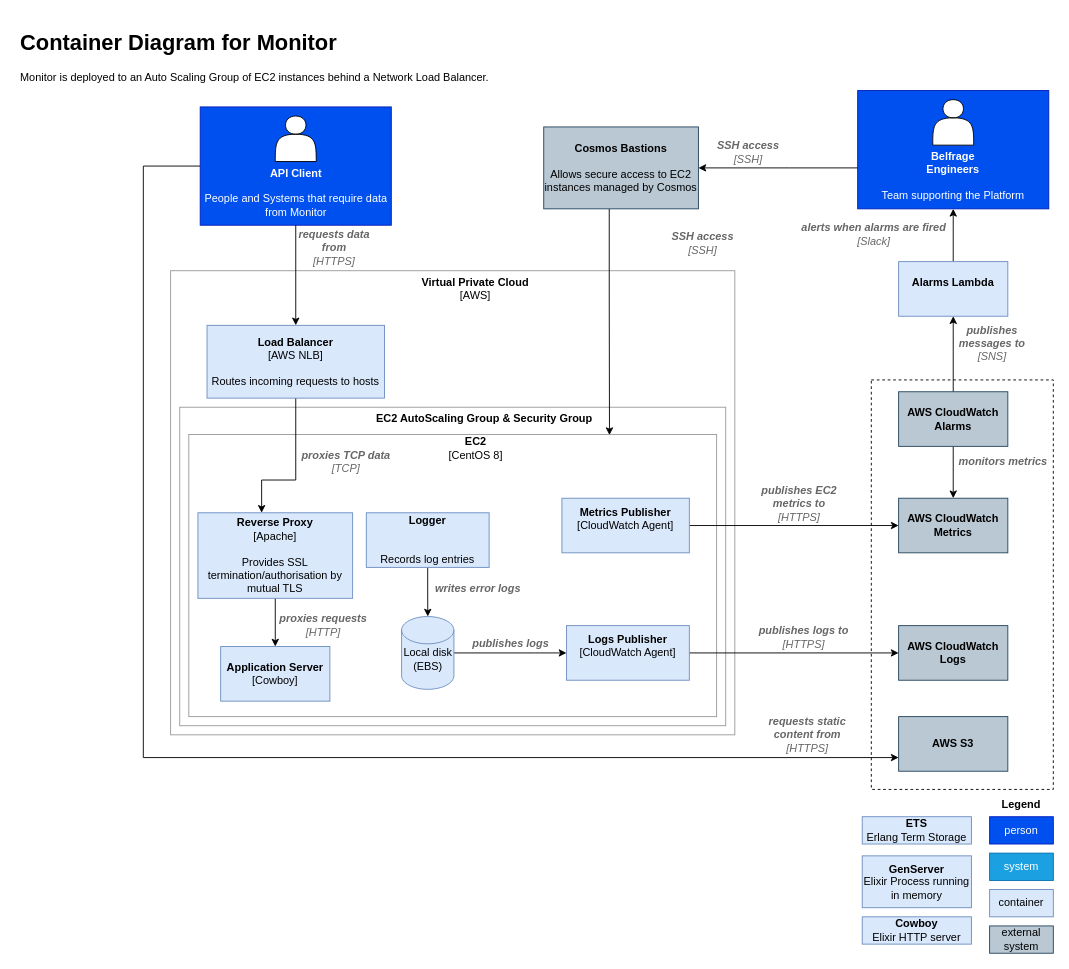
Earlier version of the draw.io diagram docs/source/architecture/c4-level-2-monitor.drawio (tracy-o/learning-day). Source tidied: cells renumbered, new cells numbered last; positions are measured from the earlier drawing's top-left corner, leaving out a move shared by most shapes. Both pictures are drawn from the tidied source at 91%, with x=0, y=0 at pixel (15, 25).
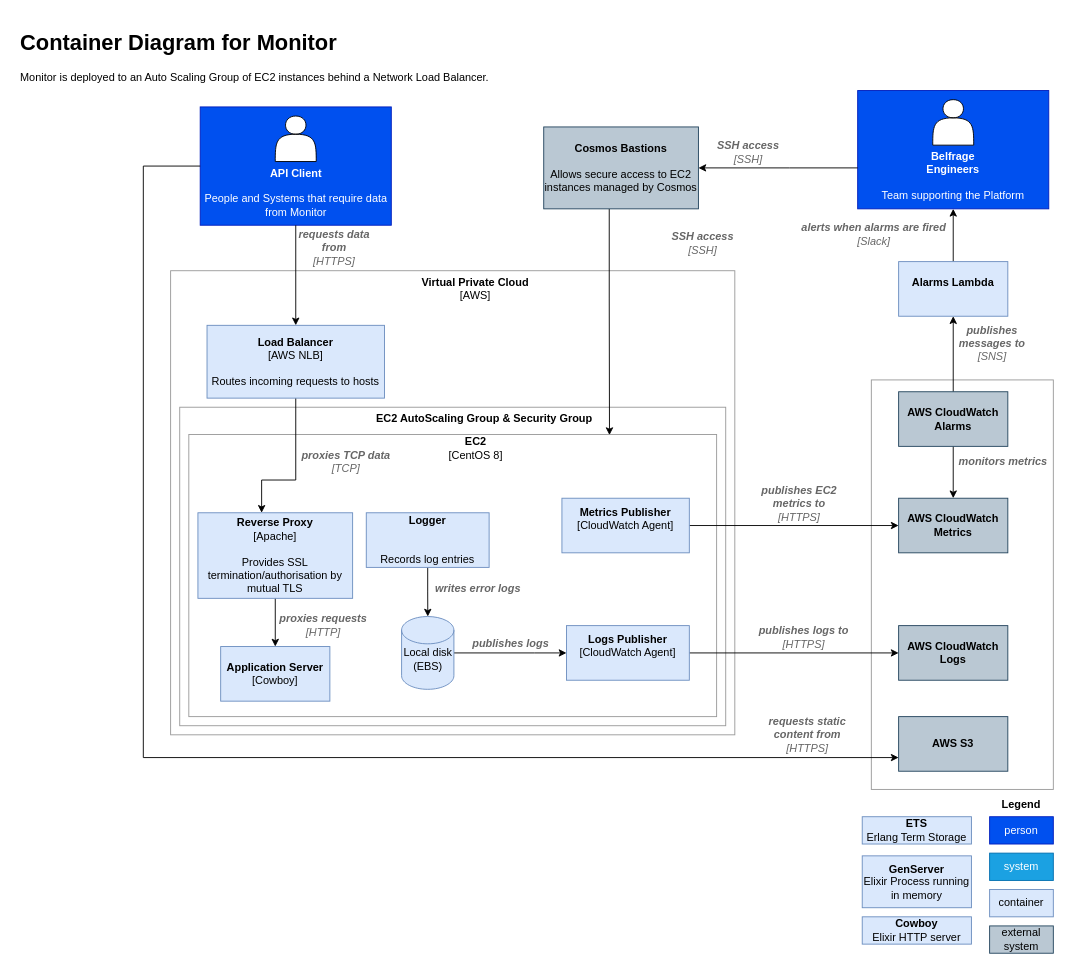
The same diagram, later.

Commit message (it also covers changes not shown here):
Correct CCP naming and add link to AWS on level1 C4 diagram

What changed in the source:
```diff
@@
-    <mxCell id="10" style="rounded=0;whiteSpace=wrap;html=1;fillColor=none;dashed=1;" parent="1" vertex="1">
+    <mxCell id="10" style="rounded=0;whiteSpace=wrap;html=1;fillColor=none;strokeColor=#999999;" parent="1" vertex="1">
       <mxGeometry x="940" y="390" width="200" height="450" as="geometry" />
     </mxCell>
```
